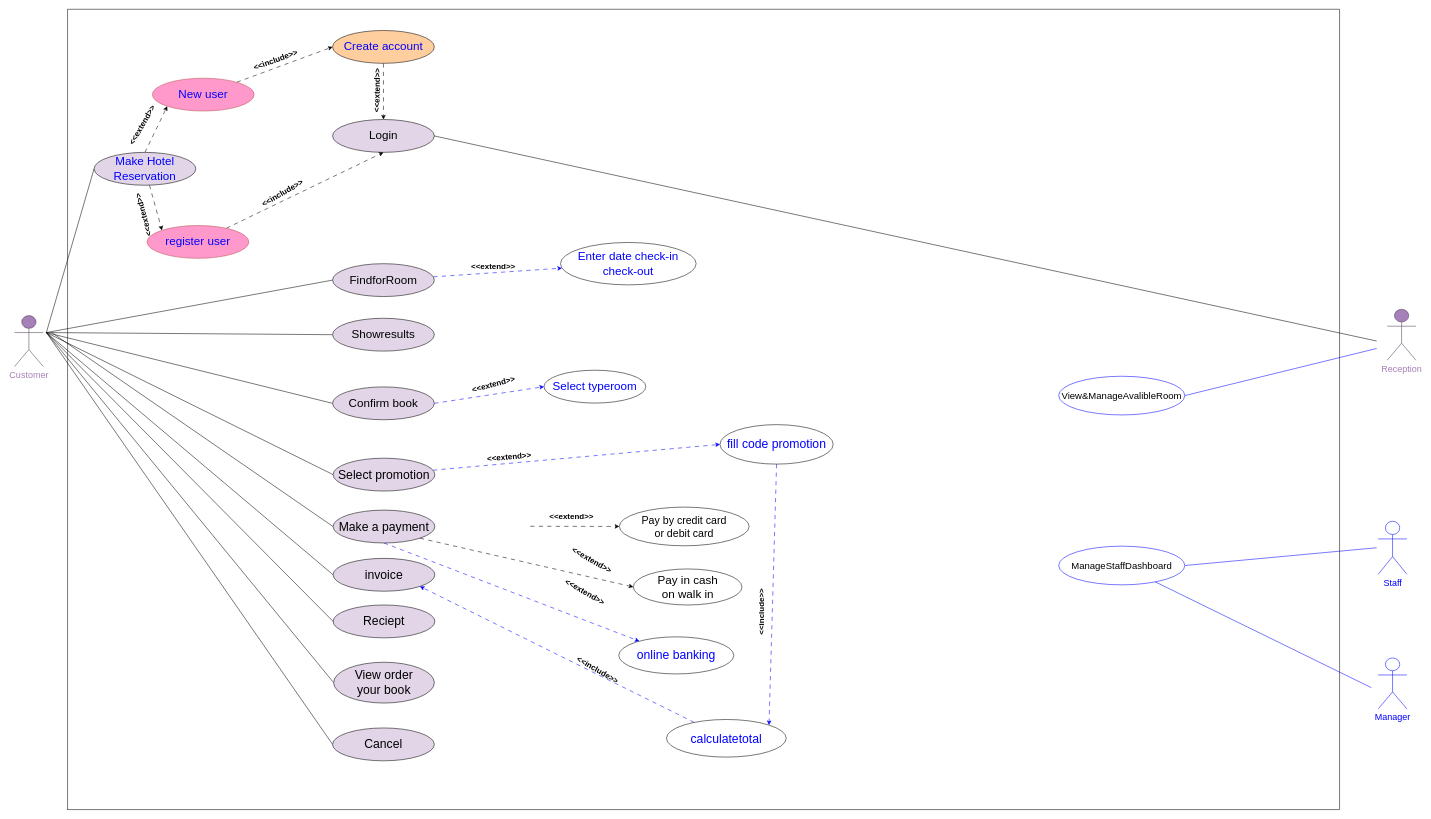
The draw.io diagram usecase1.drawio in Yaya25aom/bookhotel, before the edit. Source tidied: cells renumbered, new cells numbered last; positions are measured from the earlier drawing's top-left corner, leaving out a move shared by most shapes. Both pictures are drawn from the tidied source at 53%, with x=0, y=0 at pixel (14, 9).
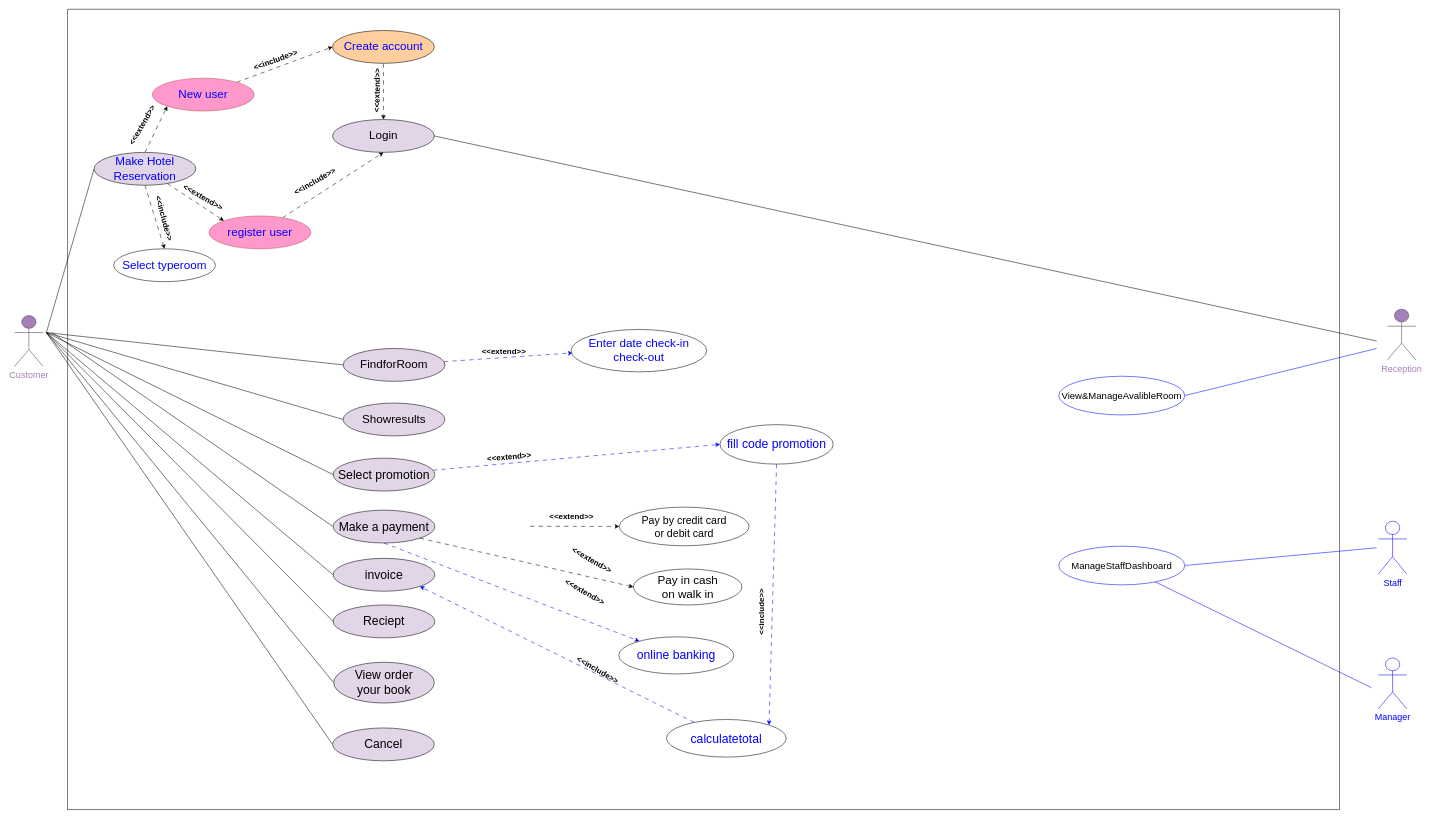
Above is the later version.

Unchanged cells that the change refers to:
```xml
<mxCell id="11" value="&lt;font style=&quot;font-size: 22px;&quot;&gt;Make Hotel Reservation&lt;/font&gt;" style="ellipse;whiteSpace=wrap;html=1;fillColor=#E1D5E7;fontColor=#0000FF;" parent="1" vertex="1">
  <mxGeometry x="150" y="270" width="192" height="62" as="geometry" />
</mxCell>
```

What changed in the source:
```diff
@@
-    <mxCell id="13" style="rounded=0;jettySize=auto;html=1;dashed=1;dashPattern=8 8;strokeColor=#0000FF;" parent="1" edge="1" source="14" target="57">
-      <mxGeometry relative="1" as="geometry" />
+    <mxCell id="13" style="rounded=0;jettySize=auto;html=1;dashed=1;dashPattern=8 8;strokeColor=#0000FF;" parent="1" edge="1" source="14">
+      <mxGeometry relative="1" as="geometry">
+        <mxPoint x="1052.8" y="648.4" as="targetPoint" />
+      </mxGeometry>
     </mxCell>
     <mxCell id="14" value="&lt;font style=&quot;font-size: 22px;&quot;&gt;FindforRoom&lt;/font&gt;" style="ellipse;whiteSpace=wrap;html=1;fillColor=#E1D5E7;" parent="1" vertex="1">
-      <mxGeometry x="600" y="480" width="192" height="62" as="geometry" />
+      <mxGeometry x="620" y="640" width="192" height="62" as="geometry" />
     </mxCell>
@@
     <mxCell id="25" value="&lt;font color=&quot;#0000ff&quot; style=&quot;font-size: 22px;&quot;&gt;Select typeroom&lt;/font&gt;" style="ellipse;whiteSpace=wrap;html=1;" parent="1" vertex="1">
-      <mxGeometry x="999" y="681" width="192" height="62" as="geometry" />
+      <mxGeometry x="187" y="452" width="192" height="62" as="geometry" />
     </mxCell>
@@
-    <mxCell id="33" value="&lt;span style=&quot;font-size: 15px;&quot;&gt;&lt;b&gt;&amp;lt;&amp;lt;extend&amp;gt;&amp;gt;&lt;/b&gt;&lt;/span&gt;" style="text;html=1;strokeColor=none;fillColor=none;align=center;verticalAlign=middle;whiteSpace=wrap;rounded=0;fontSize=11;fontFamily=Helvetica;fontColor=default;rotation=-15;" parent="1" vertex="1">
-      <mxGeometry x="850" y="692.4" width="106.9" height="28.2" as="geometry" />
-    </mxCell>
@@
     <mxCell id="57" value="&lt;font style=&quot;font-size: 22px;&quot;&gt;&lt;font color=&quot;#0000ff&quot;&gt;Enter date check-in&lt;br&gt;check-out&lt;/font&gt;&lt;br&gt;&lt;/font&gt;" style="ellipse;whiteSpace=wrap;html=1;fillColor=#FFFFFF;" parent="1" vertex="1">
-      <mxGeometry x="1030" y="440" width="256" height="80" as="geometry" />
+      <mxGeometry x="1050" y="604.1" width="256" height="80" as="geometry" />
     </mxCell>
     <mxCell id="58" value="&lt;span style=&quot;font-size: 15px;&quot;&gt;&lt;b&gt;&amp;lt;&amp;lt;extend&amp;gt;&amp;gt;&lt;/b&gt;&lt;/span&gt;" style="text;html=1;strokeColor=none;fillColor=none;align=center;verticalAlign=middle;whiteSpace=wrap;rounded=0;fontSize=11;fontFamily=Helvetica;fontColor=default;rotation=0;" parent="1" vertex="1">
-      <mxGeometry x="850" y="470" width="106.9" height="28.2" as="geometry" />
+      <mxGeometry x="870" y="630" width="106.9" height="28.2" as="geometry" />
     </mxCell>
@@
     <mxCell id="60" value="&lt;font style=&quot;font-size: 22px;&quot;&gt;Showresults&lt;/font&gt;" style="ellipse;whiteSpace=wrap;html=1;fillColor=#E1D5E7;" parent="1" vertex="1">
-      <mxGeometry x="600" y="583" width="192" height="62" as="geometry" />
+      <mxGeometry x="620" y="743" width="192" height="62" as="geometry" />
     </mxCell>
@@
     <mxCell id="64" value="&lt;font style=&quot;font-size: 22px;&quot;&gt;register user&lt;/font&gt;" style="ellipse;whiteSpace=wrap;html=1;fillColor=#FF99CC;strokeColor=#b85450;fontColor=#0000FF;" parent="1" vertex="1">
-      <mxGeometry x="250" y="408" width="192" height="62" as="geometry" />
+      <mxGeometry x="366.9" y="390" width="192" height="62" as="geometry" />
     </mxCell>
-    <mxCell id="65" style="edgeStyle=none;shape=connector;rounded=0;jettySize=auto;html=1;labelBackgroundColor=default;fontFamily=Helvetica;fontSize=11;fontColor=default;endArrow=none;endFill=0;exitX=0;exitY=0.5;exitDx=0;exitDy=0;" parent="1" edge="1" source="67">
-      <mxGeometry relative="1" as="geometry">
-        <mxPoint x="60" y="610" as="targetPoint" />
-      </mxGeometry>
-    </mxCell>
-    <mxCell id="66" style="rounded=0;jettySize=auto;html=1;exitX=1;exitY=0.5;exitDx=0;exitDy=0;entryX=0;entryY=0.5;entryDx=0;entryDy=0;dashed=1;dashPattern=8 8;strokeColor=#0000FF;" parent="1" edge="1" source="67" target="25">
-      <mxGeometry relative="1" as="geometry" />
-    </mxCell>
-    <mxCell id="67" value="&lt;font style=&quot;font-size: 22px;&quot;&gt;Confirm book&lt;/font&gt;" style="ellipse;whiteSpace=wrap;html=1;fillColor=#E1D5E7;" parent="1" vertex="1">
-      <mxGeometry x="600" y="712.5" width="192" height="62" as="geometry" />
-    </mxCell>
@@
-    <mxCell id="69" value="&lt;span style=&quot;font-size: 15px;&quot;&gt;&lt;b&gt;&amp;lt;&amp;lt;extend&amp;gt;&amp;gt;&lt;/b&gt;&lt;/span&gt;" style="text;html=1;strokeColor=none;fillColor=none;align=center;verticalAlign=middle;whiteSpace=wrap;rounded=0;fontSize=11;fontFamily=Helvetica;fontColor=default;rotation=-105;" parent="1" vertex="1">
-      <mxGeometry x="189.1" y="373.8" width="106.9" height="28.2" as="geometry" />
+    <mxCell id="69" value="&lt;span style=&quot;font-size: 15px;&quot;&gt;&lt;b&gt;&amp;lt;&amp;lt;extend&amp;gt;&amp;gt;&lt;/b&gt;&lt;/span&gt;" style="text;html=1;strokeColor=none;fillColor=none;align=center;verticalAlign=middle;whiteSpace=wrap;rounded=0;fontSize=11;fontFamily=Helvetica;fontColor=default;rotation=30;" parent="1" vertex="1">
+      <mxGeometry x="302.6" y="340" width="106.9" height="28.2" as="geometry" />
     </mxCell>
@@
     <mxCell id="71" value="&lt;span style=&quot;font-size: 15px;&quot;&gt;&lt;b&gt;&amp;lt;&amp;lt;include&amp;gt;&amp;gt;&lt;/b&gt;&lt;/span&gt;" style="text;html=1;strokeColor=none;fillColor=none;align=center;verticalAlign=middle;whiteSpace=wrap;rounded=0;fontSize=11;fontFamily=Helvetica;fontColor=default;rotation=-30;" parent="1" vertex="1">
-      <mxGeometry x="452" y="332" width="106.9" height="28.2" as="geometry" />
+      <mxGeometry x="513.1" y="310" width="106.9" height="28.2" as="geometry" />
     </mxCell>
@@
+    <mxCell id="73" style="endArrow=classic;html=1;rounded=0;exitX=0.5;exitY=1;exitDx=0;exitDy=0;entryX=0.5;entryY=0;entryDx=0;entryDy=0;dashed=1;dashPattern=8 8;" parent="1" edge="1" source="11" target="25">
+      <mxGeometry relative="1" as="geometry" />
+    </mxCell>
+    <mxCell id="74" value="&lt;span style=&quot;font-size: 15px;&quot;&gt;&lt;b&gt;&amp;lt;&amp;lt;include&amp;gt;&amp;gt;&lt;/b&gt;&lt;/span&gt;" style="text;html=1;strokeColor=none;fillColor=none;align=center;verticalAlign=middle;whiteSpace=wrap;rounded=0;fontSize=11;fontFamily=Helvetica;fontColor=default;rotation=75;" parent="1" vertex="1">
+      <mxGeometry x="229.6" y="380" width="106.9" height="28.2" as="geometry" />
+    </mxCell>
```
